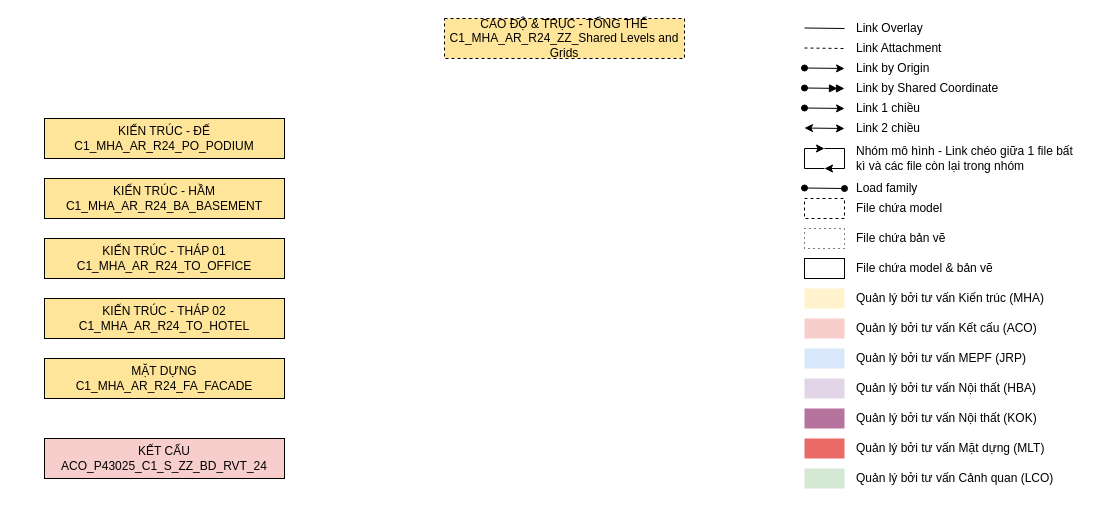
Before: C1_Federated Model Diagram_Old.drawio in Trinity248/DrawIO, a draw.io diagram. Source tidied: cells renumbered, new cells numbered last; positions are measured from the earlier drawing's top-left corner, leaving out a move shared by most shapes. Both pictures are drawn from the tidied source at 100%, with x=0, y=0 at pixel (44, 18).
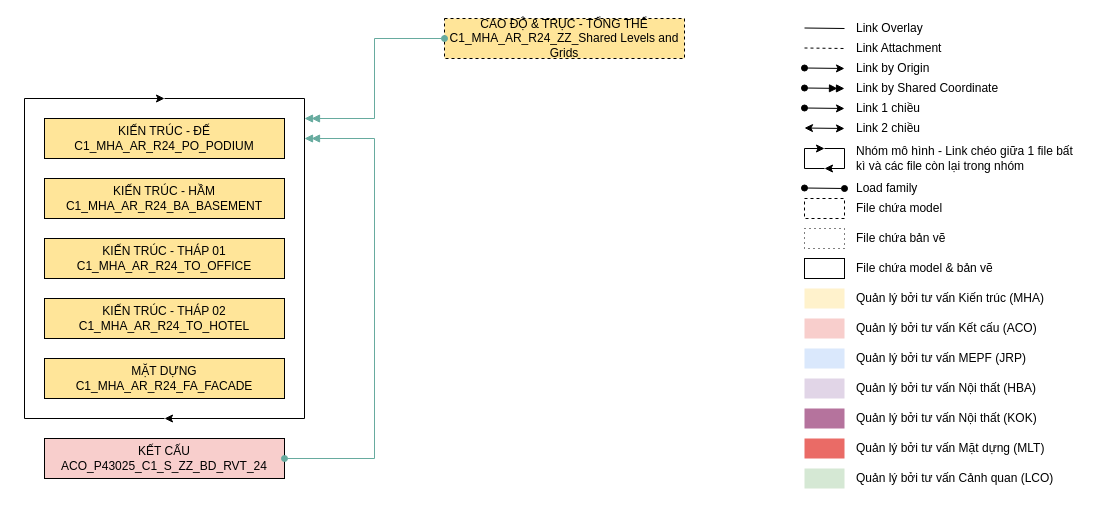
Above is the later version.

Commit message (it also covers changes not shown here):
Cập nhật C1_Federated Model Diagram_Old.drawio

Unchanged cells that the change refers to:
```xml
<mxCell id="2" value="KẾT CẤU&lt;br&gt;&lt;div&gt;ACO_P43025_C1_S_ZZ_BD_RVT_24&lt;/div&gt;" style="rounded=0;whiteSpace=wrap;html=1;fillColor=#f8cecc;strokeColor=#000000;" parent="1" vertex="1">
  <mxGeometry y="420" width="240" height="40" as="geometry" />
</mxCell>
<mxCell id="7" value="&lt;div&gt;CAO ĐỘ &amp;amp; TRỤC - TỔNG THỂ&lt;/div&gt;&lt;div&gt;C1_MHA_AR_R24_ZZ_Shared Levels and Grids&lt;/div&gt;" style="rounded=0;whiteSpace=wrap;html=1;fillColor=#FFE599;dashed=1;" parent="1" vertex="1">
  <mxGeometry x="400" width="240" height="40" as="geometry" />
</mxCell>
```

Diff of the diagram source:
```diff
@@
+    <mxCell id="46" style="edgeStyle=orthogonalEdgeStyle;rounded=0;jettySize=auto;html=1;exitX=1;exitY=0.5;exitDx=0;exitDy=0;strokeColor=#67AB9F;startArrow=oval;startFill=1;endArrow=doubleBlock;endFill=1;" parent="1" edge="1" source="2">
+      <mxGeometry relative="1" as="geometry">
+        <mxPoint x="260" y="120" as="targetPoint" />
+        <Array as="points">
+          <mxPoint x="330" y="440" />
+          <mxPoint x="330" y="120" />
+        </Array>
+      </mxGeometry>
+    </mxCell>
@@
+    <mxCell id="47" style="edgeStyle=orthogonalEdgeStyle;rounded=0;jettySize=auto;html=1;exitX=0;exitY=0.5;exitDx=0;exitDy=0;startArrow=oval;startFill=1;strokeColor=#67AB9F;endArrow=doubleBlock;endFill=1;" parent="1" edge="1" source="7">
+      <mxGeometry relative="1" as="geometry">
+        <mxPoint x="260" y="100" as="targetPoint" />
+        <Array as="points">
+          <mxPoint x="330" y="20" />
+          <mxPoint x="330" y="100" />
+        </Array>
+      </mxGeometry>
+    </mxCell>
@@
+    <mxCell id="48" style="endArrow=classic;html=1;rounded=0;" parent="1" edge="1">
+      <mxGeometry relative="1" as="geometry">
+        <mxPoint x="120" y="400" as="sourcePoint" />
+        <mxPoint x="120" y="80" as="targetPoint" />
+        <Array as="points">
+          <mxPoint x="-20" y="400" />
+          <mxPoint x="-20" y="80" />
+        </Array>
+      </mxGeometry>
+    </mxCell>
+    <mxCell id="49" style="endArrow=classic;html=1;rounded=0;" parent="1" edge="1">
+      <mxGeometry relative="1" as="geometry">
+        <mxPoint x="120" y="80" as="sourcePoint" />
+        <mxPoint x="120" y="400" as="targetPoint" />
+        <Array as="points">
+          <mxPoint x="260" y="80" />
+          <mxPoint x="260" y="400" />
+        </Array>
+      </mxGeometry>
+    </mxCell>
```
